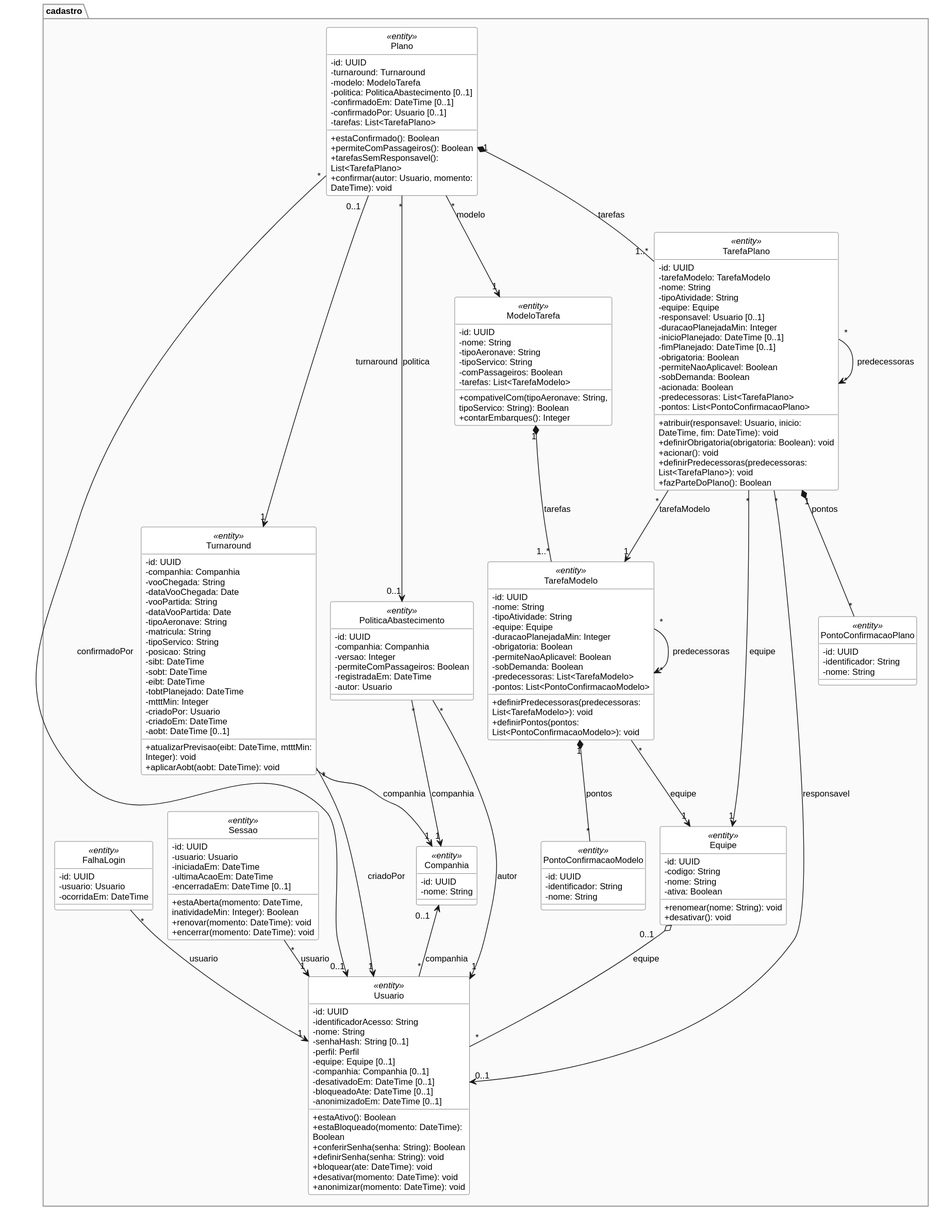
Above: especificacao/diagramas/13-classes-negocio-cadastro.svg in Aircraft-Turnaround-Operations-Manager/aircraft-turnaround-docs (PlantUML), before the change. Its diagram source:
```plantuml
@startuml
!include 13-classes-estilo.iuml
restore cadastro
restore cadastro.Equipe
restore cadastro.Companhia
restore cadastro.Usuario
restore cadastro.FalhaLogin
restore cadastro.Sessao
restore cadastro.PoliticaAbastecimento
restore cadastro.ModeloTarefa
restore cadastro.TarefaModelo
restore cadastro.PontoConfirmacaoModelo
restore cadastro.Turnaround
restore cadastro.Plano
restore cadastro.TarefaPlano
restore cadastro.PontoConfirmacaoPlano
@enduml
```
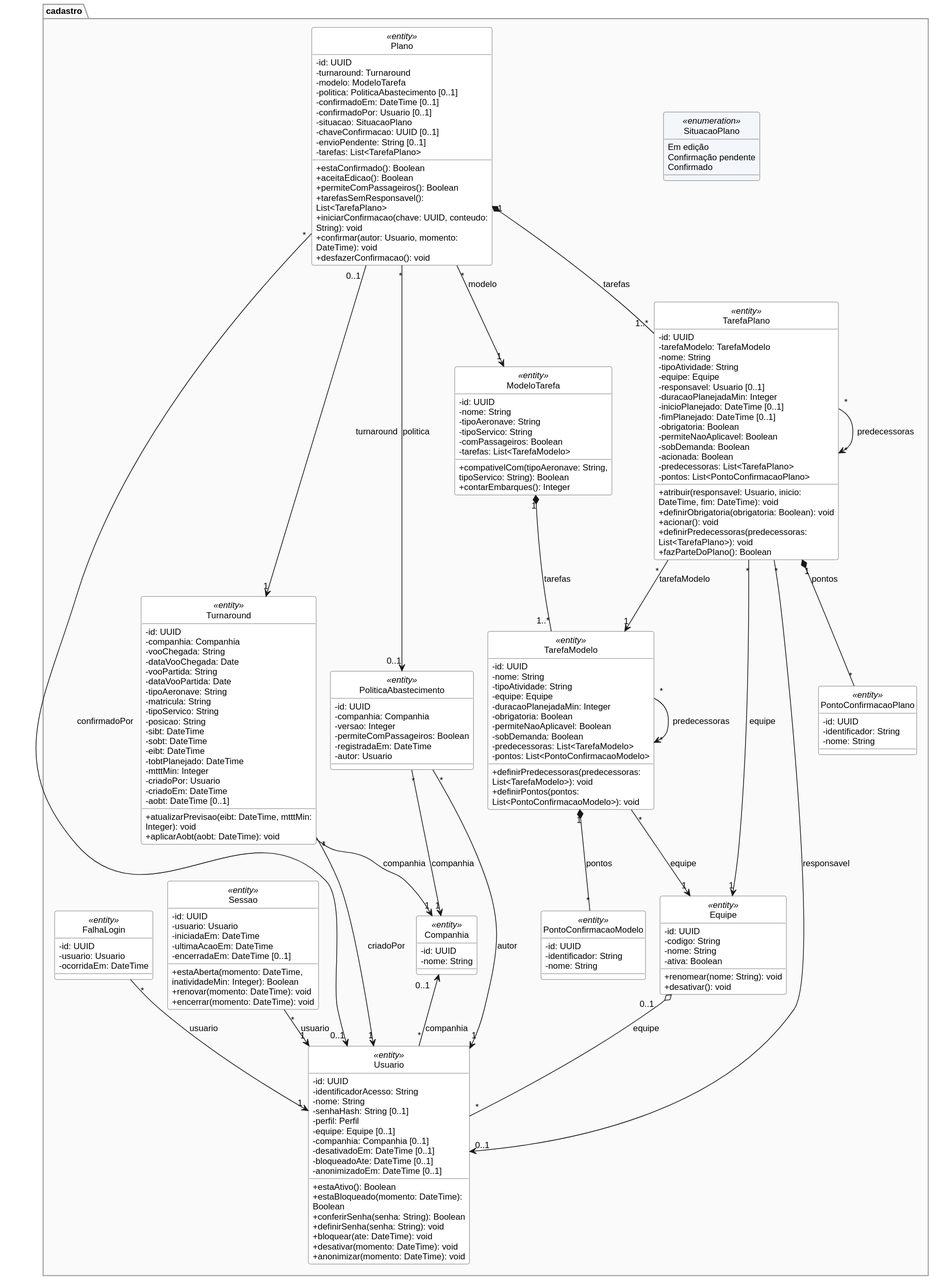
After the change.

What changed in the source:
```diff
@@ -12,6 +12,7 @@
 restore cadastro.PontoConfirmacaoModelo
 restore cadastro.Turnaround
 restore cadastro.Plano
+restore cadastro.SituacaoPlano
 restore cadastro.TarefaPlano
 restore cadastro.PontoConfirmacaoPlano
 @enduml
```
